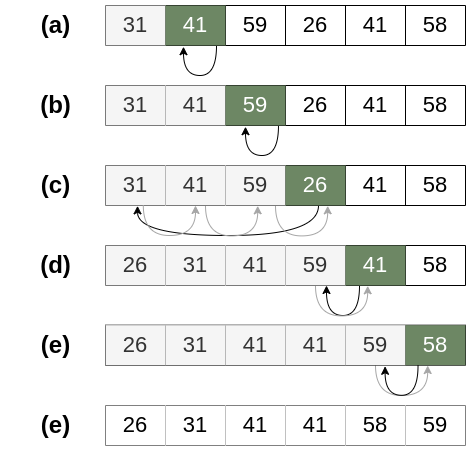
Earlier version of the draw.io export assets/003_ordenacao_por_insercao.png (rafaelportomoura/ufla-gcc253-complexidade-e-projeto-de-algoritmos). Source tidied: cells renumbered, new cells last; positions are measured from the earlier drawing's top-left corner, leaving out a move shared by most shapes.
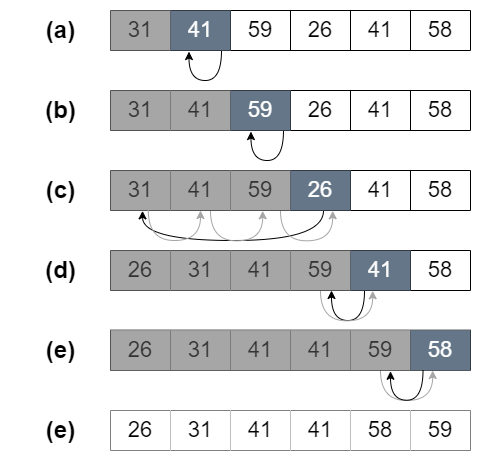
The same file after the commit.

Change to the diagram source:
```diff
@@ -8,10 +8,10 @@
     <mxCell id="3" style="shape=tableRow;horizontal=0;startSize=0;swimlaneHead=0;swimlaneBody=0;top=0;left=0;bottom=0;right=0;fillColor=none;points=[[0,0.5],[1,0.5]];portConstraint=eastwest;fontFamily=Helvetica;fontSize=12;fontColor=default;strokeColor=default;html=1;" parent="2" vertex="1">
       <mxGeometry width="360" height="40" as="geometry" />
     </mxCell>
-    <mxCell id="4" value="&lt;font style=&quot;font-size: 22px;&quot;&gt;31&lt;/font&gt;" style="shape=partialRectangle;html=1;whiteSpace=wrap;fillColor=#f5f5f5;top=0;left=0;bottom=0;right=0;overflow=hidden;fontFamily=Helvetica;fontSize=12;fontColor=#333333;startSize=0;strokeColor=#666666;" parent="3" vertex="1">
+    <mxCell id="4" value="&lt;font style=&quot;font-size: 22px;&quot;&gt;31&lt;/font&gt;" style="shape=partialRectangle;html=1;whiteSpace=wrap;fillColor=#A6A6A6;top=0;left=0;bottom=0;right=0;overflow=hidden;fontFamily=Helvetica;fontSize=12;fontColor=#333333;startSize=0;strokeColor=#666666;" parent="3" vertex="1">
       <mxGeometry width="60" height="40" as="geometry" />
     </mxCell>
-    <mxCell id="5" value="&lt;font style=&quot;font-size: 22px;&quot;&gt;41&lt;/font&gt;" style="shape=partialRectangle;html=1;whiteSpace=wrap;fillColor=#6d8764;top=0;left=0;bottom=0;right=0;overflow=hidden;fontFamily=Helvetica;fontSize=12;fontColor=#ffffff;startSize=0;strokeColor=#3A5431;" parent="3" vertex="1">
+    <mxCell id="5" value="&lt;font style=&quot;font-size: 22px;&quot;&gt;41&lt;/font&gt;" style="shape=partialRectangle;html=1;whiteSpace=wrap;fillColor=#647687;top=0;left=0;bottom=0;right=0;overflow=hidden;fontFamily=Helvetica;fontSize=12;startSize=0;strokeColor=#314354;fontColor=#ffffff;" parent="3" vertex="1">
       <mxGeometry x="60" width="60" height="40" as="geometry" />
     </mxCell>
     <mxCell id="6" value="&lt;font style=&quot;font-size: 22px;&quot;&gt;59&lt;/font&gt;" style="shape=partialRectangle;html=1;whiteSpace=wrap;fillColor=none;top=0;left=0;bottom=0;right=0;overflow=hidden;fontFamily=Helvetica;fontSize=12;fontColor=default;startSize=0;strokeColor=default;" parent="3" vertex="1">
@@ -45,13 +45,13 @@
     <mxCell id="13" style="shape=tableRow;horizontal=0;startSize=0;swimlaneHead=0;swimlaneBody=0;top=0;left=0;bottom=0;right=0;fillColor=none;fontFamily=Helvetica;fontSize=12;fontColor=default;strokeColor=default;html=1;" parent="12" vertex="1">
       <mxGeometry width="360" height="40" as="geometry" />
     </mxCell>
-    <mxCell id="14" value="&lt;font style=&quot;font-size: 22px;&quot;&gt;31&lt;/font&gt;" style="shape=partialRectangle;html=1;whiteSpace=wrap;fillColor=#f5f5f5;top=0;left=0;bottom=0;right=0;overflow=hidden;fontFamily=Helvetica;fontSize=12;fontColor=#333333;startSize=0;strokeColor=#666666;strokeWidth=3;" parent="13" vertex="1">
+    <mxCell id="14" value="&lt;font style=&quot;font-size: 22px;&quot;&gt;31&lt;/font&gt;" style="shape=partialRectangle;html=1;whiteSpace=wrap;fillColor=#A6A6A6;top=0;left=0;bottom=0;right=0;overflow=hidden;fontFamily=Helvetica;fontSize=12;fontColor=#333333;startSize=0;strokeColor=#666666;strokeWidth=3;" parent="13" vertex="1">
       <mxGeometry width="60" height="40" as="geometry" />
     </mxCell>
-    <mxCell id="15" value="&lt;font style=&quot;font-size: 22px;&quot;&gt;41&lt;/font&gt;" style="shape=partialRectangle;html=1;whiteSpace=wrap;fillColor=#f5f5f5;top=0;left=0;bottom=0;right=0;overflow=hidden;fontFamily=Helvetica;fontSize=12;fontColor=#333333;startSize=0;strokeColor=#1F1F1F;" parent="13" vertex="1">
+    <mxCell id="15" value="&lt;font style=&quot;font-size: 22px;&quot;&gt;41&lt;/font&gt;" style="shape=partialRectangle;html=1;whiteSpace=wrap;fillColor=#A6A6A6;top=0;left=0;bottom=0;right=0;overflow=hidden;fontFamily=Helvetica;fontSize=12;fontColor=#333333;startSize=0;strokeColor=#1F1F1F;" parent="13" vertex="1">
       <mxGeometry x="60" width="60" height="40" as="geometry" />
     </mxCell>
-    <mxCell id="16" value="&lt;font style=&quot;font-size: 22px;&quot;&gt;59&lt;/font&gt;" style="shape=partialRectangle;html=1;whiteSpace=wrap;fillColor=#6d8764;top=0;left=0;bottom=0;right=0;overflow=hidden;fontFamily=Helvetica;fontSize=12;fontColor=#ffffff;startSize=0;strokeColor=#3A5431;" parent="13" vertex="1">
+    <mxCell id="16" value="&lt;font style=&quot;font-size: 22px;&quot;&gt;59&lt;/font&gt;" style="shape=partialRectangle;html=1;whiteSpace=wrap;fillColor=#647687;top=0;left=0;bottom=0;right=0;overflow=hidden;fontFamily=Helvetica;fontSize=12;fontColor=#ffffff;startSize=0;strokeColor=#314354;" parent="13" vertex="1">
       <mxGeometry x="120" width="60" height="40" as="geometry" />
     </mxCell>
     <mxCell id="17" value="&lt;font style=&quot;font-size: 22px;&quot;&gt;26&lt;/font&gt;" style="shape=partialRectangle;html=1;whiteSpace=wrap;fillColor=none;top=0;left=0;bottom=0;right=0;overflow=hidden;fontFamily=Helvetica;fontSize=12;fontColor=default;startSize=0;strokeColor=default;" parent="13" vertex="1">
@@ -83,16 +83,16 @@
     <mxCell id="23" style="shape=tableRow;horizontal=0;startSize=0;swimlaneHead=0;swimlaneBody=0;top=0;left=0;bottom=0;right=0;fillColor=none;points=[[0,0.5],[1,0.5]];portConstraint=eastwest;fontFamily=Helvetica;fontSize=12;fontColor=default;strokeColor=default;html=1;" parent="22" vertex="1">
       <mxGeometry width="360" height="40" as="geometry" />
     </mxCell>
-    <mxCell id="24" value="&lt;font style=&quot;font-size: 22px;&quot;&gt;31&lt;/font&gt;" style="shape=partialRectangle;html=1;whiteSpace=wrap;fillColor=#f5f5f5;top=0;left=0;bottom=0;right=0;overflow=hidden;fontFamily=Helvetica;fontSize=12;fontColor=#333333;startSize=0;strokeColor=#666666;" parent="23" vertex="1">
+    <mxCell id="24" value="&lt;font style=&quot;font-size: 22px;&quot;&gt;31&lt;/font&gt;" style="shape=partialRectangle;html=1;whiteSpace=wrap;fillColor=#A6A6A6;top=0;left=0;bottom=0;right=0;overflow=hidden;fontFamily=Helvetica;fontSize=12;fontColor=#333333;startSize=0;strokeColor=#666666;" parent="23" vertex="1">
       <mxGeometry width="60" height="40" as="geometry" />
     </mxCell>
-    <mxCell id="25" value="&lt;font style=&quot;font-size: 22px;&quot;&gt;41&lt;/font&gt;" style="shape=partialRectangle;html=1;whiteSpace=wrap;fillColor=#f5f5f5;top=0;left=0;bottom=0;right=0;overflow=hidden;fontFamily=Helvetica;fontSize=12;fontColor=#333333;startSize=0;strokeColor=#666666;" parent="23" vertex="1">
+    <mxCell id="25" value="&lt;font style=&quot;font-size: 22px;&quot;&gt;41&lt;/font&gt;" style="shape=partialRectangle;html=1;whiteSpace=wrap;fillColor=#A6A6A6;top=0;left=0;bottom=0;right=0;overflow=hidden;fontFamily=Helvetica;fontSize=12;fontColor=#333333;startSize=0;strokeColor=#666666;" parent="23" vertex="1">
       <mxGeometry x="60" width="60" height="40" as="geometry" />
     </mxCell>
-    <mxCell id="26" value="&lt;font style=&quot;font-size: 22px;&quot;&gt;59&lt;/font&gt;" style="shape=partialRectangle;html=1;whiteSpace=wrap;fillColor=#f5f5f5;top=0;left=0;bottom=0;right=0;overflow=hidden;fontFamily=Helvetica;fontSize=12;fontColor=#333333;startSize=0;strokeColor=#666666;" parent="23" vertex="1">
+    <mxCell id="26" value="&lt;font style=&quot;font-size: 22px;&quot;&gt;59&lt;/font&gt;" style="shape=partialRectangle;html=1;whiteSpace=wrap;fillColor=#A6A6A6;top=0;left=0;bottom=0;right=0;overflow=hidden;fontFamily=Helvetica;fontSize=12;fontColor=#333333;startSize=0;strokeColor=#666666;" parent="23" vertex="1">
       <mxGeometry x="120" width="60" height="40" as="geometry" />
     </mxCell>
-    <mxCell id="27" value="&lt;font style=&quot;font-size: 22px;&quot;&gt;26&lt;/font&gt;" style="shape=partialRectangle;html=1;whiteSpace=wrap;fillColor=#6d8764;top=0;left=0;bottom=0;right=0;overflow=hidden;fontFamily=Helvetica;fontSize=12;fontColor=#ffffff;startSize=0;strokeColor=#3A5431;" parent="23" vertex="1">
+    <mxCell id="27" value="&lt;font style=&quot;font-size: 22px;&quot;&gt;26&lt;/font&gt;" style="shape=partialRectangle;html=1;whiteSpace=wrap;fillColor=#647687;top=0;left=0;bottom=0;right=0;overflow=hidden;fontFamily=Helvetica;fontSize=12;fontColor=#ffffff;startSize=0;strokeColor=#314354;" parent="23" vertex="1">
       <mxGeometry x="180" width="60" height="40" as="geometry" />
     </mxCell>
     <mxCell id="28" value="&lt;font style=&quot;font-size: 22px;&quot;&gt;41&lt;/font&gt;" style="shape=partialRectangle;html=1;whiteSpace=wrap;fillColor=none;top=0;left=0;bottom=0;right=0;overflow=hidden;fontFamily=Helvetica;fontSize=12;fontColor=default;startSize=0;strokeColor=default;" parent="23" vertex="1">
@@ -157,19 +157,19 @@
     <mxCell id="37" style="shape=tableRow;horizontal=0;startSize=0;swimlaneHead=0;swimlaneBody=0;top=0;left=0;bottom=0;right=0;fillColor=none;points=[[0,0.5],[1,0.5]];portConstraint=eastwest;fontFamily=Helvetica;fontSize=12;fontColor=default;strokeColor=default;html=1;" parent="36" vertex="1">
       <mxGeometry width="360" height="40" as="geometry" />
     </mxCell>
-    <mxCell id="38" value="&lt;font style=&quot;font-size: 22px;&quot;&gt;26&lt;/font&gt;" style="shape=partialRectangle;html=1;whiteSpace=wrap;fillColor=#f5f5f5;top=0;left=0;bottom=0;right=0;overflow=hidden;fontFamily=Helvetica;fontSize=12;fontColor=#333333;startSize=0;strokeColor=#666666;" parent="37" vertex="1">
+    <mxCell id="38" value="&lt;font style=&quot;font-size: 22px;&quot;&gt;26&lt;/font&gt;" style="shape=partialRectangle;html=1;whiteSpace=wrap;fillColor=#A6A6A6;top=0;left=0;bottom=0;right=0;overflow=hidden;fontFamily=Helvetica;fontSize=12;fontColor=#333333;startSize=0;strokeColor=#666666;" parent="37" vertex="1">
       <mxGeometry width="60" height="40" as="geometry" />
     </mxCell>
-    <mxCell id="39" value="&lt;font style=&quot;font-size: 22px;&quot;&gt;31&lt;/font&gt;" style="shape=partialRectangle;html=1;whiteSpace=wrap;fillColor=#f5f5f5;top=0;left=0;bottom=0;right=0;overflow=hidden;fontFamily=Helvetica;fontSize=12;fontColor=#333333;startSize=0;strokeColor=#666666;" parent="37" vertex="1">
+    <mxCell id="39" value="&lt;font style=&quot;font-size: 22px;&quot;&gt;31&lt;/font&gt;" style="shape=partialRectangle;html=1;whiteSpace=wrap;fillColor=#A6A6A6;top=0;left=0;bottom=0;right=0;overflow=hidden;fontFamily=Helvetica;fontSize=12;fontColor=#333333;startSize=0;strokeColor=#666666;" parent="37" vertex="1">
       <mxGeometry x="60" width="60" height="40" as="geometry" />
     </mxCell>
-    <mxCell id="40" value="&lt;font style=&quot;font-size: 22px;&quot;&gt;41&lt;/font&gt;" style="shape=partialRectangle;html=1;whiteSpace=wrap;fillColor=#f5f5f5;top=0;left=0;bottom=0;right=0;overflow=hidden;fontFamily=Helvetica;fontSize=12;fontColor=#333333;startSize=0;strokeColor=#666666;" parent="37" vertex="1">
+    <mxCell id="40" value="&lt;font style=&quot;font-size: 22px;&quot;&gt;41&lt;/font&gt;" style="shape=partialRectangle;html=1;whiteSpace=wrap;fillColor=#A6A6A6;top=0;left=0;bottom=0;right=0;overflow=hidden;fontFamily=Helvetica;fontSize=12;fontColor=#333333;startSize=0;strokeColor=#666666;" parent="37" vertex="1">
       <mxGeometry x="120" width="60" height="40" as="geometry" />
     </mxCell>
-    <mxCell id="41" value="&lt;font style=&quot;font-size: 22px;&quot;&gt;59&lt;/font&gt;" style="shape=partialRectangle;html=1;whiteSpace=wrap;fillColor=#f5f5f5;top=0;left=0;bottom=0;right=0;overflow=hidden;fontFamily=Helvetica;fontSize=12;fontColor=#333333;startSize=0;strokeColor=#666666;" parent="37" vertex="1">
+    <mxCell id="41" value="&lt;font style=&quot;font-size: 22px;&quot;&gt;59&lt;/font&gt;" style="shape=partialRectangle;html=1;whiteSpace=wrap;fillColor=#A6A6A6;top=0;left=0;bottom=0;right=0;overflow=hidden;fontFamily=Helvetica;fontSize=12;fontColor=#333333;startSize=0;strokeColor=#666666;" parent="37" vertex="1">
       <mxGeometry x="180" width="60" height="40" as="geometry" />
     </mxCell>
-    <mxCell id="42" value="&lt;font style=&quot;font-size: 22px;&quot;&gt;41&lt;/font&gt;" style="shape=partialRectangle;html=1;whiteSpace=wrap;fillColor=#6d8764;top=0;left=0;bottom=0;right=0;overflow=hidden;fontFamily=Helvetica;fontSize=12;fontColor=#ffffff;startSize=0;strokeColor=#3A5431;" parent="37" vertex="1">
+    <mxCell id="42" value="&lt;font style=&quot;font-size: 22px;&quot;&gt;41&lt;/font&gt;" style="shape=partialRectangle;html=1;whiteSpace=wrap;fillColor=#647687;top=0;left=0;bottom=0;right=0;overflow=hidden;fontFamily=Helvetica;fontSize=12;fontColor=#ffffff;startSize=0;strokeColor=#314354;" parent="37" vertex="1">
       <mxGeometry x="240" width="60" height="40" as="geometry" />
     </mxCell>
     <mxCell id="43" value="&lt;font style=&quot;font-size: 22px;&quot;&gt;58&lt;/font&gt;" style="shape=partialRectangle;html=1;whiteSpace=wrap;fillColor=none;top=0;left=0;bottom=0;right=0;overflow=hidden;fontFamily=Helvetica;fontSize=12;fontColor=default;startSize=0;strokeColor=default;" parent="37" vertex="1">
@@ -215,22 +215,22 @@
     <mxCell id="50" style="shape=tableRow;horizontal=0;startSize=0;swimlaneHead=0;swimlaneBody=0;top=0;left=0;bottom=0;right=0;fillColor=none;points=[[0,0.5],[1,0.5]];portConstraint=eastwest;fontFamily=Helvetica;fontSize=12;fontColor=default;strokeColor=default;html=1;" parent="49" vertex="1">
       <mxGeometry width="360" height="40" as="geometry" />
     </mxCell>
-    <mxCell id="51" value="&lt;font style=&quot;font-size: 22px;&quot;&gt;26&lt;/font&gt;" style="shape=partialRectangle;html=1;whiteSpace=wrap;fillColor=#f5f5f5;top=0;left=0;bottom=0;right=0;overflow=hidden;fontFamily=Helvetica;fontSize=12;fontColor=#333333;startSize=0;strokeColor=#666666;" parent="50" vertex="1">
+    <mxCell id="51" value="&lt;font style=&quot;font-size: 22px;&quot;&gt;26&lt;/font&gt;" style="shape=partialRectangle;html=1;whiteSpace=wrap;fillColor=#A6A6A6;top=0;left=0;bottom=0;right=0;overflow=hidden;fontFamily=Helvetica;fontSize=12;fontColor=#333333;startSize=0;strokeColor=#666666;" parent="50" vertex="1">
       <mxGeometry width="60" height="40" as="geometry" />
     </mxCell>
-    <mxCell id="52" value="&lt;font style=&quot;font-size: 22px;&quot;&gt;31&lt;/font&gt;" style="shape=partialRectangle;html=1;whiteSpace=wrap;fillColor=#f5f5f5;top=0;left=0;bottom=0;right=0;overflow=hidden;fontFamily=Helvetica;fontSize=12;fontColor=#333333;startSize=0;strokeColor=#666666;" parent="50" vertex="1">
+    <mxCell id="52" value="&lt;font style=&quot;font-size: 22px;&quot;&gt;31&lt;/font&gt;" style="shape=partialRectangle;html=1;whiteSpace=wrap;fillColor=#A6A6A6;top=0;left=0;bottom=0;right=0;overflow=hidden;fontFamily=Helvetica;fontSize=12;fontColor=#333333;startSize=0;strokeColor=#666666;" parent="50" vertex="1">
       <mxGeometry x="60" width="60" height="40" as="geometry" />
     </mxCell>
-    <mxCell id="53" value="&lt;font style=&quot;font-size: 22px;&quot;&gt;41&lt;/font&gt;" style="shape=partialRectangle;html=1;whiteSpace=wrap;fillColor=#f5f5f5;top=0;left=0;bottom=0;right=0;overflow=hidden;fontFamily=Helvetica;fontSize=12;fontColor=#333333;startSize=0;strokeColor=#666666;" parent="50" vertex="1">
+    <mxCell id="53" value="&lt;font style=&quot;font-size: 22px;&quot;&gt;41&lt;/font&gt;" style="shape=partialRectangle;html=1;whiteSpace=wrap;fillColor=#A6A6A6;top=0;left=0;bottom=0;right=0;overflow=hidden;fontFamily=Helvetica;fontSize=12;fontColor=#333333;startSize=0;strokeColor=#666666;" parent="50" vertex="1">
       <mxGeometry x="120" width="60" height="40" as="geometry" />
     </mxCell>
-    <mxCell id="54" value="&lt;font style=&quot;font-size: 22px;&quot;&gt;41&lt;/font&gt;" style="shape=partialRectangle;html=1;whiteSpace=wrap;fillColor=#f5f5f5;top=0;left=0;bottom=0;right=0;overflow=hidden;fontFamily=Helvetica;fontSize=12;fontColor=#333333;startSize=0;strokeColor=#666666;" parent="50" vertex="1">
+    <mxCell id="54" value="&lt;font style=&quot;font-size: 22px;&quot;&gt;41&lt;/font&gt;" style="shape=partialRectangle;html=1;whiteSpace=wrap;fillColor=#A6A6A6;top=0;left=0;bottom=0;right=0;overflow=hidden;fontFamily=Helvetica;fontSize=12;fontColor=#333333;startSize=0;strokeColor=#666666;" parent="50" vertex="1">
       <mxGeometry x="180" width="60" height="40" as="geometry" />
     </mxCell>
-    <mxCell id="55" value="&lt;font style=&quot;font-size: 22px;&quot;&gt;59&lt;/font&gt;" style="shape=partialRectangle;html=1;whiteSpace=wrap;fillColor=#f5f5f5;top=0;left=0;bottom=0;right=0;overflow=hidden;fontFamily=Helvetica;fontSize=12;fontColor=#333333;startSize=0;strokeColor=#666666;" parent="50" vertex="1">
+    <mxCell id="55" value="&lt;font style=&quot;font-size: 22px;&quot;&gt;59&lt;/font&gt;" style="shape=partialRectangle;html=1;whiteSpace=wrap;fillColor=#A6A6A6;top=0;left=0;bottom=0;right=0;overflow=hidden;fontFamily=Helvetica;fontSize=12;fontColor=#333333;startSize=0;strokeColor=#666666;" parent="50" vertex="1">
       <mxGeometry x="240" width="60" height="40" as="geometry" />
     </mxCell>
-    <mxCell id="56" value="&lt;font style=&quot;font-size: 22px;&quot;&gt;58&lt;/font&gt;" style="shape=partialRectangle;html=1;whiteSpace=wrap;fillColor=#6d8764;top=0;left=0;bottom=0;right=0;overflow=hidden;fontFamily=Helvetica;fontSize=12;fontColor=#ffffff;startSize=0;strokeColor=#3A5431;" parent="50" vertex="1">
+    <mxCell id="56" value="&lt;font style=&quot;font-size: 22px;&quot;&gt;58&lt;/font&gt;" style="shape=partialRectangle;html=1;whiteSpace=wrap;fillColor=#647687;top=0;left=0;bottom=0;right=0;overflow=hidden;fontFamily=Helvetica;fontSize=12;fontColor=#ffffff;startSize=0;strokeColor=#314354;" parent="50" vertex="1">
       <mxGeometry x="300" width="60" height="40" as="geometry" />
     </mxCell>
     <mxCell id="57" style="endArrow=classic;html=1;rounded=0;fontFamily=Helvetica;fontSize=22;fontColor=default;startSize=0;edgeStyle=orthogonalEdgeStyle;entryX=0.218;entryY=1.027;entryDx=0;entryDy=0;entryPerimeter=0;jumpStyle=arc;curved=1;" parent="1" edge="1">
@@ -271,7 +271,7 @@
     <mxCell id="66" value="&lt;font style=&quot;font-size: 22px;&quot;&gt;59&lt;/font&gt;" style="shape=partialRectangle;html=1;whiteSpace=wrap;top=0;left=0;bottom=0;right=0;overflow=hidden;fontFamily=Helvetica;fontSize=12;startSize=0;" parent="60" vertex="1">
       <mxGeometry x="300" width="60" height="40" as="geometry" />
     </mxCell>
-    <mxCell id="67" style="curved=1;endArrow=classic;html=1;rounded=0;fontFamily=Helvetica;fontSize=22;fontColor=default;startSize=0;jumpStyle=arc;exitX=0.472;exitY=1.009;exitDx=0;exitDy=0;exitPerimeter=0;strokeColor=none;" parent="1" edge="1" source="60" target="50">
+    <mxCell id="67" style="curved=1;endArrow=classic;html=1;rounded=0;fontFamily=Helvetica;fontSize=22;fontColor=default;startSize=0;jumpStyle=arc;exitX=0.472;exitY=1.009;exitDx=0;exitDy=0;exitPerimeter=0;strokeColor=none;fillColor=#A6A6A6;" parent="1" edge="1" source="60" target="50">
       <mxGeometry relative="1" as="geometry">
         <Array as="points">
           <mxPoint x="240" y="320" />
```
